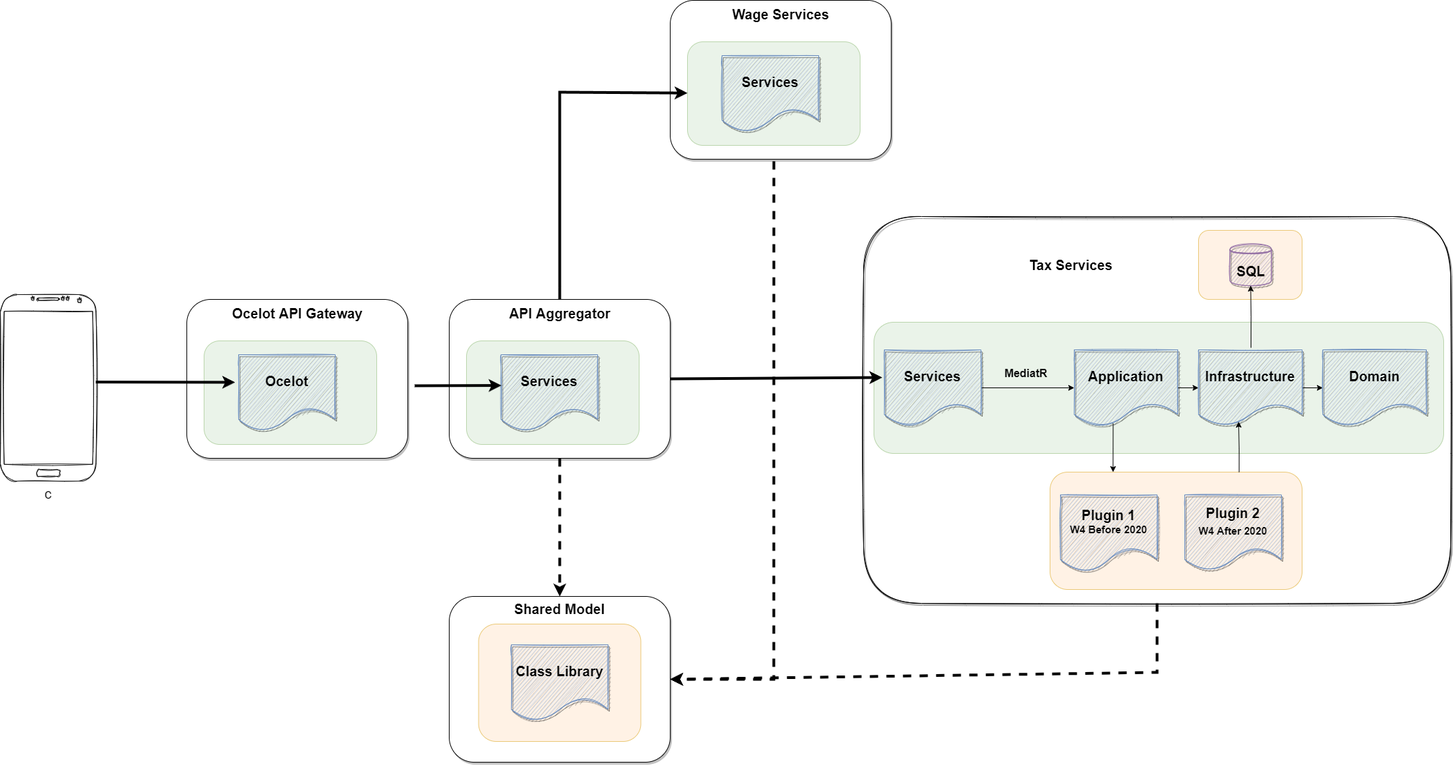
Before: TaxServices-Project-Structure.png, a diagram exported from draw.io (bm1905/FinanceApp). Source tidied: cells renumbered, new cells last; positions are measured from the earlier drawing's top-left corner, leaving out a move shared by most shapes.
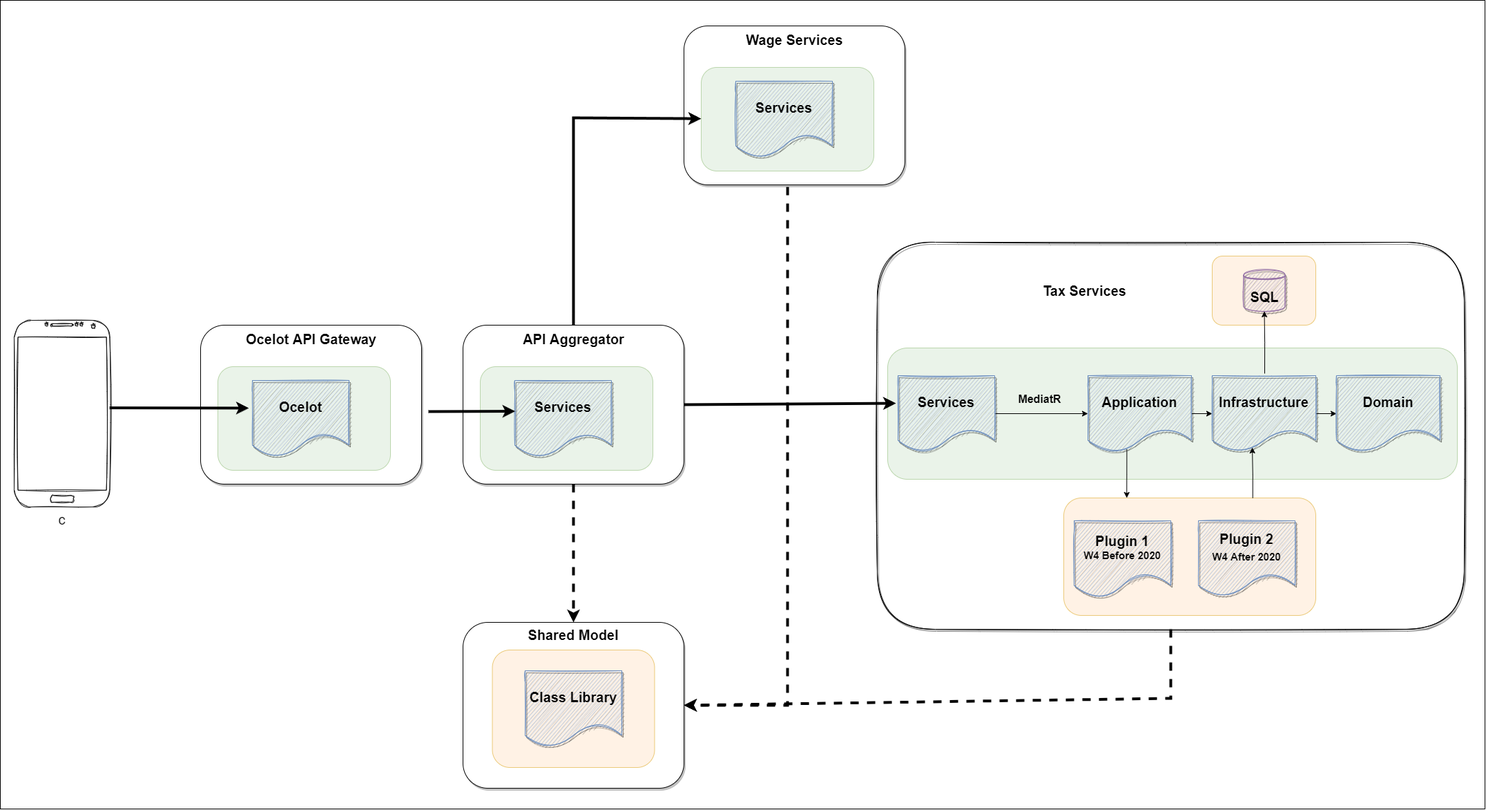
After the change.

What changed in the source:
```diff
@@ -2,6 +2,9 @@
   <root>
     <mxCell id="0" />
     <mxCell id="1" parent="0" />
+    <mxCell id="44" style="rounded=0;whiteSpace=wrap;html=1;fontFamily=Helvetica;fontSize=12;shadow=0;sketch=0;glass=0;" parent="1" vertex="1">
+      <mxGeometry x="-20" y="-37" width="2150" height="1170" as="geometry" />
+    </mxCell>
     <mxCell id="2" style="rounded=1;whiteSpace=wrap;html=1;fontFamily=Helvetica;fontSize=12;shadow=1;sketch=1;glass=0;" parent="1" vertex="1">
       <mxGeometry x="1250" y="313" width="850" height="560" as="geometry" />
     </mxCell>
```
